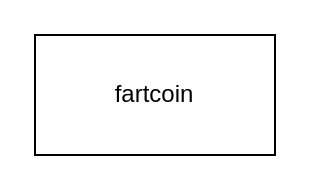
This is test.drawio from terminatorec/drawio_files, a draw.io file, before an edit. Source tidied: cells renumbered, new cells numbered last; positions are measured from the earlier drawing's top-left corner, leaving out a move shared by most shapes. Both pictures are drawn from the tidied source at 200%, with x=0, y=0 at pixel (34, 34).
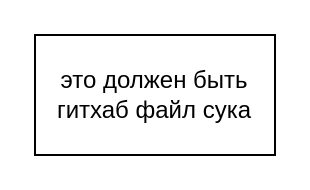
The same page after the edit.

The edit, as a diff of the source:
```diff
@@
 <mxGraphModel>
   <root>
     <mxCell id="0" />
     <mxCell id="1" parent="0" />
-    <mxCell id="2" value="fartcoin" style="rounded=0;whiteSpace=wrap;html=1;" parent="1" vertex="1">
+    <mxCell id="2" value="это должен быть гитхаб файл сука" style="rounded=0;whiteSpace=wrap;html=1;" parent="1" vertex="1">
       <mxGeometry width="120" height="60" as="geometry" />
     </mxCell>
   </root>
 </mxGraphModel>
```
